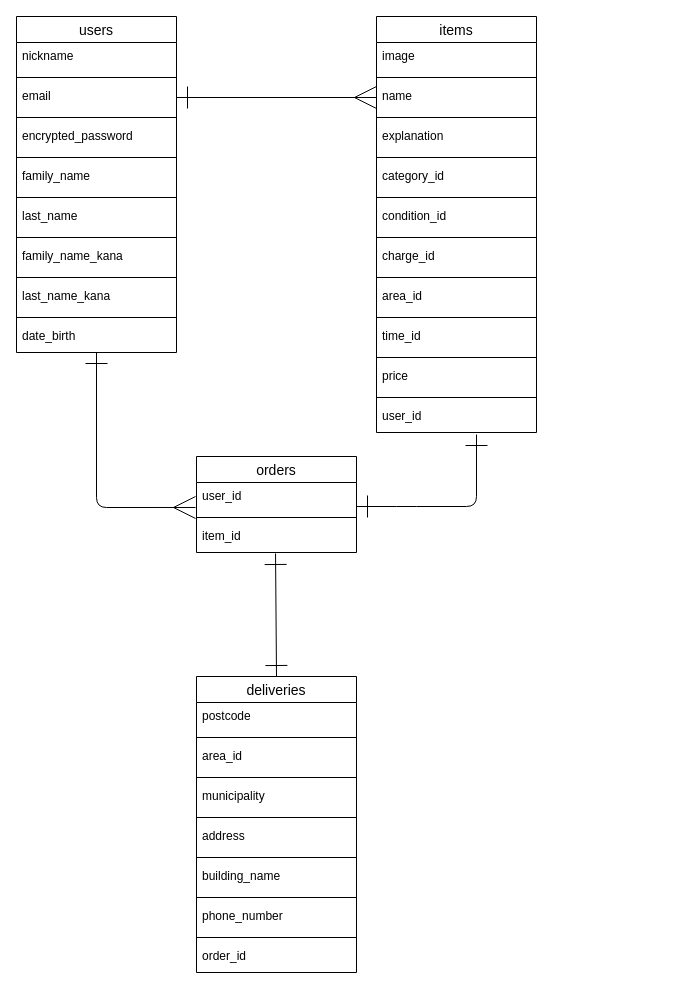
This is furima.dio from chibicatt2/furima-39125, a draw.io file, before an edit. Source tidied: cells renumbered, new cells numbered last; positions are measured from the earlier drawing's top-left corner, leaving out a move shared by most shapes. Both pictures are drawn from the tidied source at 100%, with x=0, y=0 at pixel (16, 16).
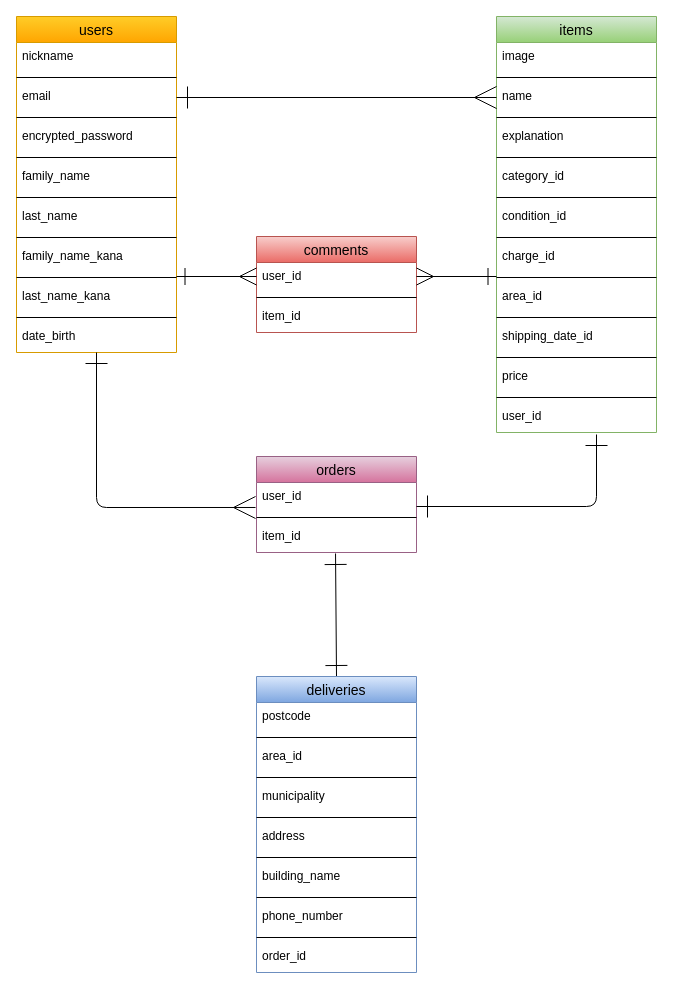
After the change.

Commit message (it also covers changes not shown here):
データベース設計

The change refers to these unchanged cells:
```xml
<mxCell id="5" value="name" style="text;strokeColor=none;fillColor=none;spacingLeft=4;spacingRight=4;overflow=hidden;points=[[0,0.5],[1,0.5]];portConstraint=eastwest;fontSize=12;" parent="2" vertex="1">
  <mxGeometry y="66" width="160" height="30" as="geometry" />
</mxCell>
<mxCell id="21" value="user_id" style="text;strokeColor=none;fillColor=none;spacingLeft=4;spacingRight=4;overflow=hidden;points=[[0,0.5],[1,0.5]];portConstraint=eastwest;fontSize=12;" parent="2" vertex="1">
  <mxGeometry y="386" width="160" height="30" as="geometry" />
</mxCell>
<mxCell id="25" value="email" style="text;strokeColor=none;fillColor=none;spacingLeft=4;spacingRight=4;overflow=hidden;points=[[0,0.5],[1,0.5]];portConstraint=eastwest;fontSize=12;" parent="22" vertex="1">
  <mxGeometry y="66" width="160" height="30" as="geometry" />
</mxCell>
```

Diff of the diagram source:
```diff
@@
-    <mxCell id="2" value="items" style="swimlane;fontStyle=0;horizontal=1;startSize=26;align=center;fontSize=14;" parent="1" vertex="1">
-      <mxGeometry x="360" width="160" height="416" as="geometry" />
+    <mxCell id="2" value="items" style="swimlane;fontStyle=0;horizontal=1;startSize=26;align=center;fontSize=14;fillColor=#d5e8d4;gradientColor=#97d077;strokeColor=#82b366;fontColor=#000000;" parent="1" vertex="1">
+      <mxGeometry x="480" width="160" height="416" as="geometry" />
     </mxCell>
@@
-    <mxCell id="17" value="time_id" style="text;strokeColor=none;fillColor=none;spacingLeft=4;spacingRight=4;overflow=hidden;fontSize=12;" parent="2" vertex="1">
+    <mxCell id="17" value="shipping_date_id" style="text;strokeColor=none;fillColor=none;spacingLeft=4;spacingRight=4;overflow=hidden;fontSize=12;" parent="2" vertex="1">
       <mxGeometry y="306" width="160" height="30" as="geometry" />
     </mxCell>
@@
-    <mxCell id="22" value="users" style="swimlane;fontStyle=0;horizontal=1;startSize=26;align=center;fontSize=14;" parent="1" vertex="1">
+    <mxCell id="22" value="users" style="swimlane;fontStyle=0;horizontal=1;startSize=26;align=center;fontSize=14;fillColor=#ffcd28;strokeColor=#d79b00;gradientColor=#ffa500;labelBackgroundColor=none;fontColor=#000000;labelBorderColor=none;" parent="1" vertex="1">
       <mxGeometry width="160" height="336" as="geometry" />
     </mxCell>
@@
-    <mxCell id="38" style="edgeStyle=none;html=1;endArrow=ERmany;endFill=0;endSize=20;strokeWidth=1;startArrow=ERone;startFill=0;targetPerimeterSpacing=0;sourcePerimeterSpacing=0;startSize=20;exitX=1;exitY=0.5;exitDx=0;exitDy=0;" parent="1" edge="1" source="25">
-      <mxGeometry relative="1" as="geometry">
-        <mxPoint x="360" y="81" as="targetPoint" />
-      </mxGeometry>
+    <mxCell id="38" style="edgeStyle=none;html=1;endArrow=ERmany;endFill=0;endSize=20;strokeWidth=1;startArrow=ERone;startFill=0;targetPerimeterSpacing=0;sourcePerimeterSpacing=0;startSize=20;exitX=1;exitY=0.5;exitDx=0;exitDy=0;entryX=0;entryY=0.5;entryDx=0;entryDy=0;" parent="1" edge="1" source="25" target="5">
+      <mxGeometry relative="1" as="geometry" />
     </mxCell>
-    <mxCell id="39" value="orders" style="swimlane;fontStyle=0;horizontal=1;startSize=26;align=center;fontSize=14;" parent="1" vertex="1">
-      <mxGeometry x="180" y="440" width="160" height="96" as="geometry" />
+    <mxCell id="39" value="orders" style="swimlane;fontStyle=0;horizontal=1;startSize=26;align=center;fontSize=14;fillColor=#e6d0de;strokeColor=#996185;gradientColor=#d5739d;fontColor=#000000;" parent="1" vertex="1">
+      <mxGeometry x="240" y="440" width="160" height="96" as="geometry" />
     </mxCell>
@@
     <mxCell id="44" style="edgeStyle=none;html=1;strokeWidth=1;startArrow=ERone;startFill=0;endArrow=ERone;endFill=0;startSize=20;endSize=20;sourcePerimeterSpacing=0;targetPerimeterSpacing=0;entryX=0.625;entryY=1.067;entryDx=0;entryDy=0;entryPerimeter=0;" parent="1" edge="1" target="21">
       <mxGeometry relative="1" as="geometry">
-        <mxPoint x="340" y="490" as="sourcePoint" />
+        <mxPoint x="400" y="490" as="sourcePoint" />
         <Array as="points">
-          <mxPoint x="390" y="490" />
-          <mxPoint x="460" y="490" />
+          <mxPoint x="580" y="490" />
         </Array>
       </mxGeometry>
     </mxCell>
@@
-    <mxCell id="46" value="deliveries" style="swimlane;fontStyle=0;horizontal=1;startSize=26;align=center;fontSize=14;" parent="1" vertex="1">
-      <mxGeometry x="180" y="660" width="160" height="296" as="geometry" />
+    <mxCell id="46" value="deliveries" style="swimlane;fontStyle=0;horizontal=1;startSize=26;align=center;fontSize=14;fillColor=#dae8fc;strokeColor=#6c8ebf;gradientColor=#7ea6e0;fontColor=#000000;" parent="1" vertex="1">
+      <mxGeometry x="240" y="660" width="160" height="296" as="geometry" />
     </mxCell>
@@
+    <mxCell id="60" value="comments" style="swimlane;fontStyle=0;horizontal=1;startSize=26;align=center;fontSize=14;fillColor=#f8cecc;strokeColor=#b85450;gradientColor=#ea6b66;labelBorderColor=none;fontColor=#000000;" parent="1" vertex="1">
+      <mxGeometry x="240" y="220" width="160" height="96" as="geometry" />
+    </mxCell>
+    <mxCell id="61" value="user_id" style="text;strokeColor=none;fillColor=none;spacingLeft=4;spacingRight=4;overflow=hidden;fontSize=12;" parent="60" vertex="1">
+      <mxGeometry y="26" width="160" height="30" as="geometry" />
+    </mxCell>
+    <mxCell id="62" style="line;strokeWidth=1;dashed=0;labelPosition=right;align=left;verticalAlign=middle;spacingTop=0;spacingLeft=6;" parent="60" vertex="1">
+      <mxGeometry y="56" width="160" height="10" as="geometry" />
+    </mxCell>
+    <mxCell id="63" value="item_id" style="text;strokeColor=none;fillColor=none;spacingLeft=4;spacingRight=4;overflow=hidden;fontSize=12;" parent="60" vertex="1">
+      <mxGeometry y="66" width="160" height="30" as="geometry" />
+    </mxCell>
+    <mxCell id="64" style="endArrow=ERmany;html=1;startArrow=ERone;startFill=0;endFill=0;targetPerimeterSpacing=0;sourcePerimeterSpacing=0;endSize=15;startSize=15;" parent="1" edge="1">
+      <mxGeometry relative="1" as="geometry">
+        <mxPoint x="160" y="260" as="sourcePoint" />
+        <mxPoint x="240" y="260" as="targetPoint" />
+      </mxGeometry>
+    </mxCell>
+    <mxCell id="65" style="endArrow=ERone;html=1;startArrow=ERmany;startFill=0;endFill=0;targetPerimeterSpacing=0;sourcePerimeterSpacing=0;endSize=15;startSize=15;" parent="1" edge="1">
+      <mxGeometry relative="1" as="geometry">
+        <mxPoint x="400" y="260" as="sourcePoint" />
+        <mxPoint x="480" y="260" as="targetPoint" />
+      </mxGeometry>
+    </mxCell>
```
